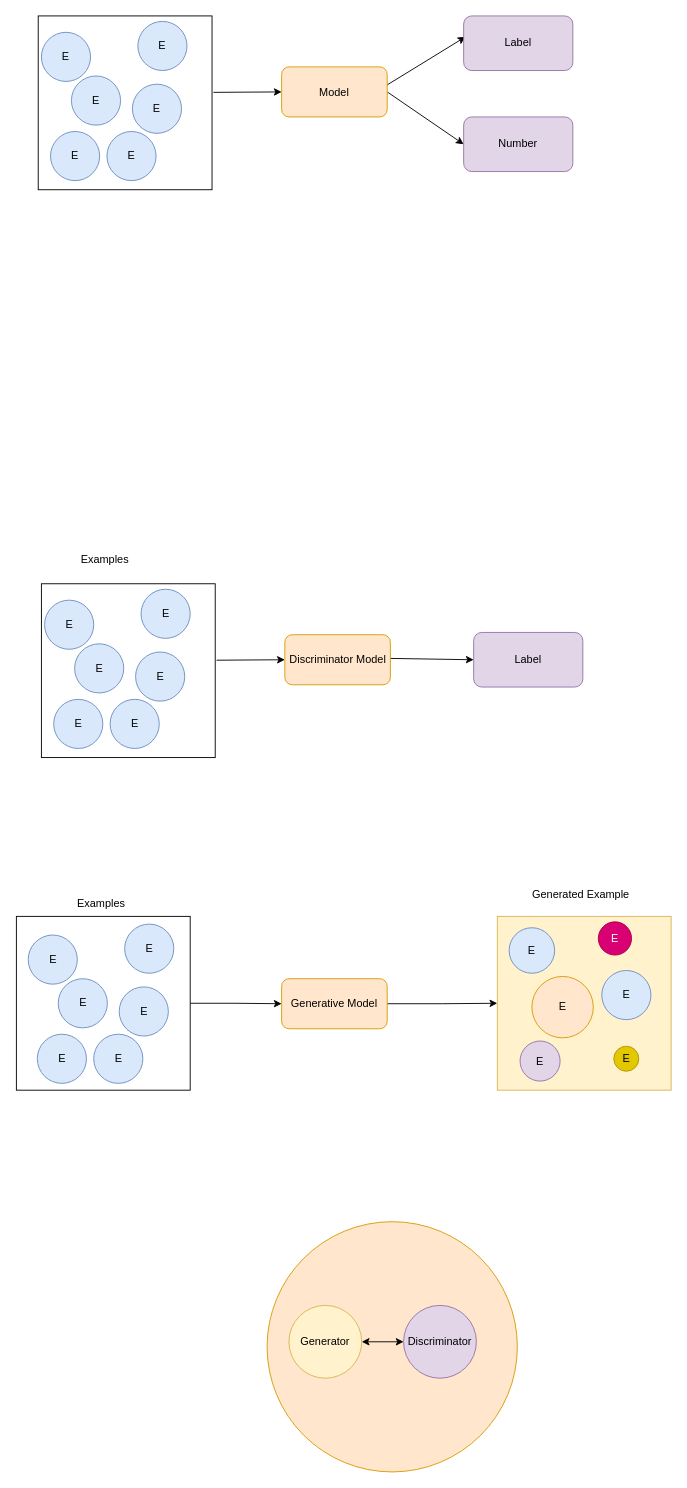
ashkrit/sketch keeps this draw.io diagram as page "Page-6" (6 of 6) of Presentation.drawio. Above is the earlier version. Source tidied: cells renumbered, new cells numbered last; positions are measured from the earlier drawing's top-left corner, leaving out a move shared by most shapes. Both pictures are drawn from the tidied source at 91%, with x=0, y=0 at pixel (16, 15).
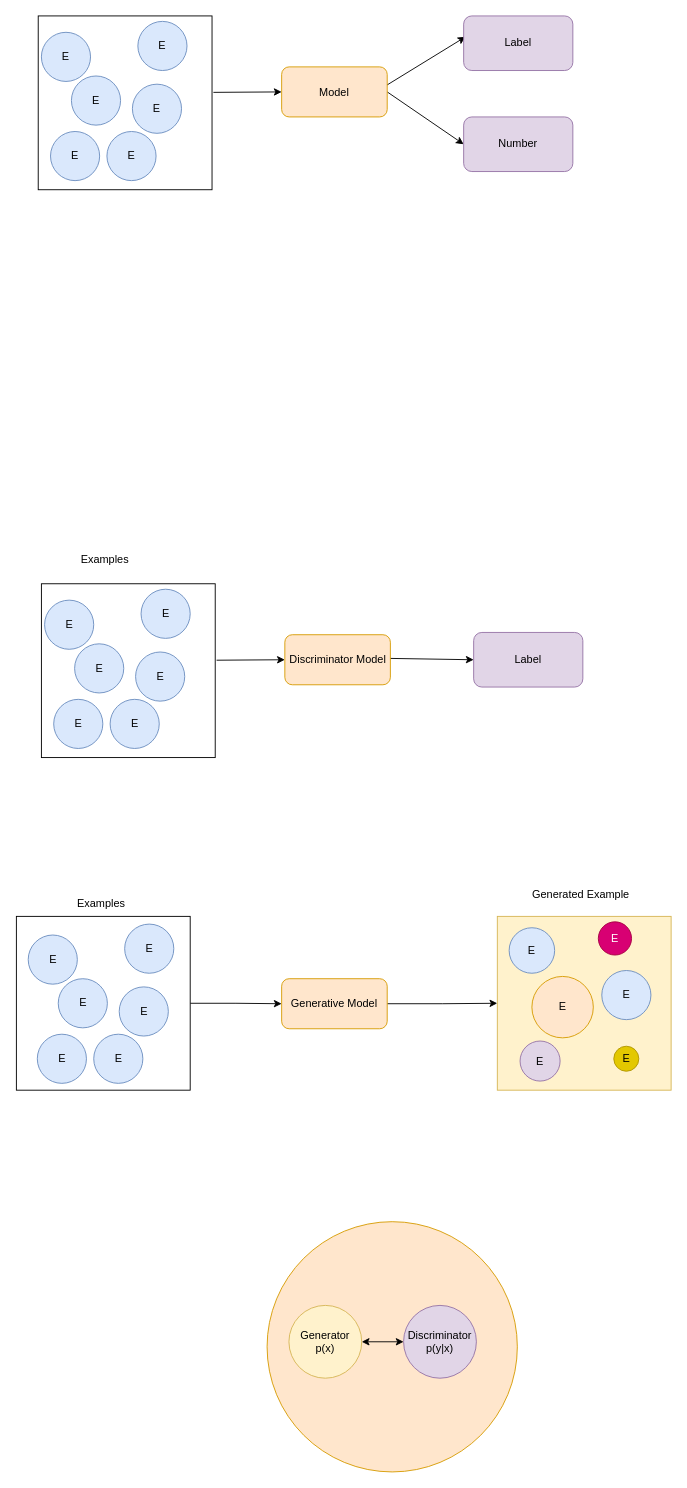
The same page after the edit.

The edit, as a diff of the source:
```diff
@@
-    <mxCell id="48" value="Generator" style="ellipse;whiteSpace=wrap;html=1;fillColor=#fff2cc;strokeColor=#d6b656;" parent="1" vertex="1">
+    <mxCell id="48" value="Generator&lt;br&gt;p(x)" style="ellipse;whiteSpace=wrap;html=1;fillColor=#fff2cc;strokeColor=#d6b656;" parent="1" vertex="1">
       <mxGeometry x="299" y="1417" width="80" height="80" as="geometry" />
     </mxCell>
-    <mxCell id="49" value="Discriminator" style="ellipse;whiteSpace=wrap;html=1;fillColor=#e1d5e7;strokeColor=#9673a6;" parent="1" vertex="1">
+    <mxCell id="49" value="Discriminator&lt;br&gt;p(y|x)" style="ellipse;whiteSpace=wrap;html=1;fillColor=#e1d5e7;strokeColor=#9673a6;" parent="1" vertex="1">
       <mxGeometry x="425" y="1417" width="80" height="80" as="geometry" />
     </mxCell>
```
